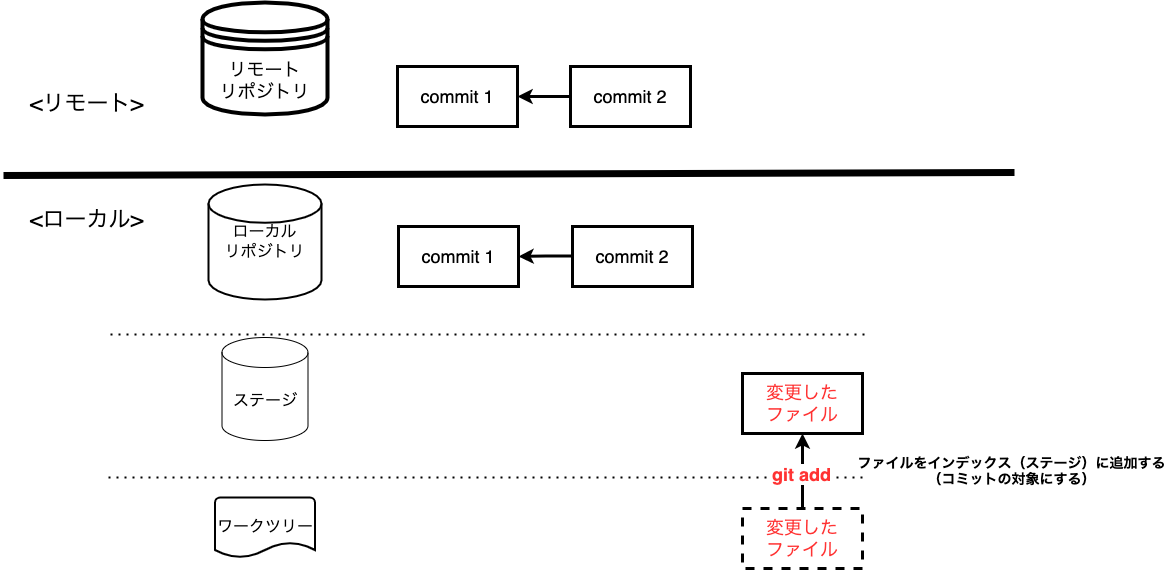
Before: assets/image/Git勉強会_コマンドイメージ図-add.drawio.png, a diagram exported from draw.io (irongineer/learning-git-for-team). Source tidied: cells renumbered, new cells last; positions are measured from the earlier drawing's top-left corner, leaving out a move shared by most shapes.
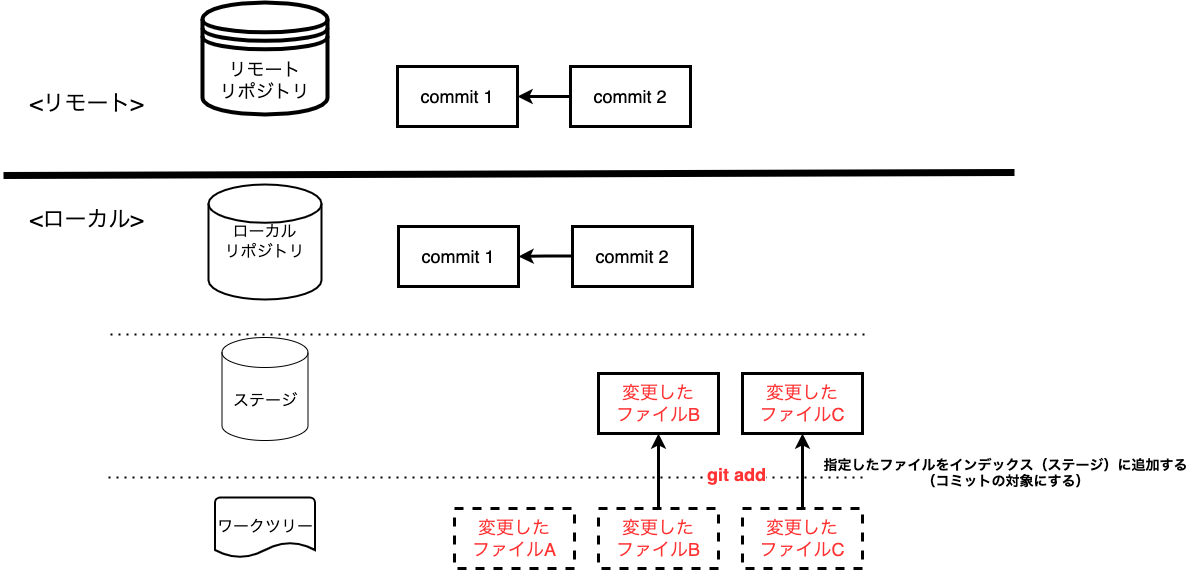
The same file after the commit.

The edit, as a diff of the source:
```diff
@@ -29,9 +29,6 @@
     <mxCell id="7" style="edgeStyle=orthogonalEdgeStyle;rounded=0;jettySize=auto;html=1;fontSize=18;strokeWidth=3;entryX=0.5;entryY=1;entryDx=0;entryDy=0;exitX=0.5;exitY=0;exitDx=0;exitDy=0;" parent="1" edge="1" source="13" target="14">
       <mxGeometry relative="1" as="geometry" />
     </mxCell>
-    <mxCell id="8" value="&lt;font color=&quot;#ff3333&quot;&gt;&lt;b&gt;git add&lt;/b&gt;&lt;/font&gt;" style="edgeLabel;html=1;align=center;verticalAlign=middle;fontSize=18;" parent="7" vertex="1">
-      <mxGeometry x="-0.07" y="2" relative="1" as="geometry" />
-    </mxCell>
     <mxCell id="9" value="ローカル&lt;br&gt;リポジトリ" style="strokeWidth=2;html=1;shape=mxgraph.flowchart.database;whiteSpace=wrap;fontSize=16;" parent="1" vertex="1">
       <mxGeometry x="205" y="182" width="113" height="115" as="geometry" />
     </mxCell>
@@ -44,10 +41,10 @@
     <mxCell id="12" value="リモート&lt;br style=&quot;font-size: 18px;&quot;&gt;リポジトリ" style="shape=datastore;whiteSpace=wrap;html=1;fontSize=18;strokeWidth=4;" parent="1" vertex="1">
       <mxGeometry x="199" width="125" height="112" as="geometry" />
     </mxCell>
-    <mxCell id="13" value="変更した&lt;br&gt;ファイル" style="whiteSpace=wrap;html=1;fontSize=18;fontColor=#FF3333;strokeWidth=3;dashed=1;" parent="1" vertex="1">
+    <mxCell id="13" value="変更した&lt;br&gt;ファイルC" style="whiteSpace=wrap;html=1;fontSize=18;fontColor=#FF3333;strokeWidth=3;dashed=1;" parent="1" vertex="1">
       <mxGeometry x="739" y="506" width="120" height="60" as="geometry" />
     </mxCell>
-    <mxCell id="14" value="変更した&lt;br&gt;ファイル" style="whiteSpace=wrap;html=1;fontSize=18;fontColor=#FF3333;strokeWidth=3;" parent="1" vertex="1">
+    <mxCell id="14" value="変更した&lt;br&gt;ファイルC" style="whiteSpace=wrap;html=1;fontSize=18;fontColor=#FF3333;strokeWidth=3;" parent="1" vertex="1">
       <mxGeometry x="739" y="371" width="120" height="60" as="geometry" />
     </mxCell>
     <mxCell id="15" value="&lt;font color=&quot;#000000&quot;&gt;commit 1&lt;/font&gt;" style="whiteSpace=wrap;html=1;fontSize=18;fontColor=#FF3333;strokeWidth=3;" parent="1" vertex="1">
@@ -66,8 +63,8 @@
         <mxPoint x="570" y="253.5" as="sourcePoint" />
       </mxGeometry>
     </mxCell>
-    <mxCell id="19" value="&lt;div&gt;&lt;span style=&quot;font-size: 14px&quot;&gt;&lt;b&gt;ファイルをインデックス（ステージ）に追加する&lt;/b&gt;&lt;/span&gt;&lt;/div&gt;&lt;div&gt;&lt;span style=&quot;font-size: 14px&quot;&gt;&lt;b&gt;（コミットの対象にする）&lt;/b&gt;&lt;/span&gt;&lt;/div&gt;&lt;div style=&quot;font-weight: bold&quot;&gt;&lt;br&gt;&lt;/div&gt;" style="text;html=1;align=center;verticalAlign=middle;strokeColor=none;fillColor=none;" parent="1" vertex="1">
-      <mxGeometry x="849" y="452" width="317" height="48" as="geometry" />
+    <mxCell id="19" value="&lt;div&gt;&lt;span style=&quot;font-size: 14px&quot;&gt;&lt;b&gt;指定したファイルをインデックス（ステージ）に追加する&lt;/b&gt;&lt;/span&gt;&lt;/div&gt;&lt;div&gt;&lt;span style=&quot;font-size: 14px&quot;&gt;&lt;b&gt;（コミットの対象にする）&lt;/b&gt;&lt;/span&gt;&lt;/div&gt;&lt;div style=&quot;font-weight: bold&quot;&gt;&lt;br&gt;&lt;/div&gt;" style="text;html=1;align=center;verticalAlign=middle;strokeColor=none;fillColor=none;" parent="1" vertex="1">
+      <mxGeometry x="815" y="454" width="373" height="48" as="geometry" />
     </mxCell>
     <mxCell id="20" value="&lt;font color=&quot;#000000&quot;&gt;commit 2&lt;/font&gt;" style="whiteSpace=wrap;html=1;fontSize=18;fontColor=#FF3333;strokeWidth=3;" parent="1" vertex="1">
       <mxGeometry x="569" y="224" width="120" height="60" as="geometry" />
@@ -75,5 +72,20 @@
     <mxCell id="21" value="&lt;font color=&quot;#000000&quot;&gt;commit 2&lt;/font&gt;" style="whiteSpace=wrap;html=1;fontSize=18;fontColor=#FF3333;strokeWidth=3;" parent="1" vertex="1">
       <mxGeometry x="567" y="64" width="120" height="60" as="geometry" />
     </mxCell>
+    <mxCell id="22" style="edgeStyle=orthogonalEdgeStyle;rounded=0;jettySize=auto;html=1;strokeWidth=3;" parent="1" edge="1" source="23" target="24">
+      <mxGeometry relative="1" as="geometry" />
+    </mxCell>
+    <mxCell id="23" value="変更した&lt;br&gt;ファイルB" style="whiteSpace=wrap;html=1;fontSize=18;fontColor=#FF3333;strokeWidth=3;dashed=1;" parent="1" vertex="1">
+      <mxGeometry x="595" y="506" width="120" height="60" as="geometry" />
+    </mxCell>
+    <mxCell id="24" value="変更した&lt;br&gt;ファイルB" style="whiteSpace=wrap;html=1;fontSize=18;fontColor=#FF3333;strokeWidth=3;" parent="1" vertex="1">
+      <mxGeometry x="595" y="371" width="120" height="60" as="geometry" />
+    </mxCell>
+    <mxCell id="25" value="変更した&lt;br&gt;ファイルA" style="whiteSpace=wrap;html=1;fontSize=18;fontColor=#FF3333;strokeWidth=3;dashed=1;" parent="1" vertex="1">
+      <mxGeometry x="451" y="506" width="120" height="60" as="geometry" />
+    </mxCell>
+    <mxCell id="8" value="&lt;font color=&quot;#ff3333&quot;&gt;&lt;b&gt;git add&lt;/b&gt;&lt;/font&gt;" style="edgeLabel;html=1;align=center;verticalAlign=middle;fontSize=18;" parent="1" vertex="1">
+      <mxGeometry x="732" y="471" as="geometry" />
+    </mxCell>
   </root>
 </mxGraphModel>
```
